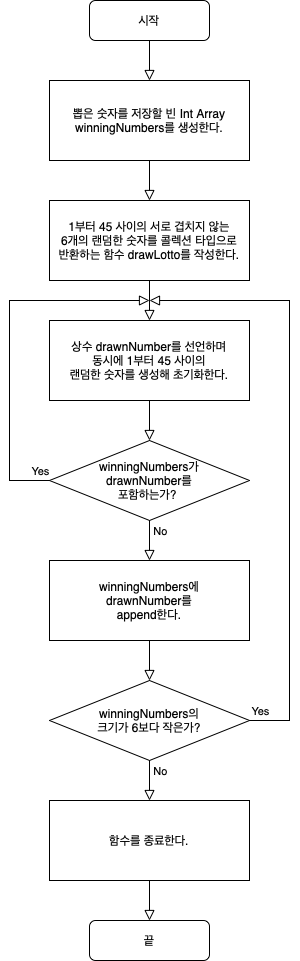
yagom-academy/swift-starter-Round2 keeps this draw.io diagram as flowchart_STEP1.png. Above is the earlier version. Source tidied: cells renumbered, new cells last; positions are measured from the earlier drawing's top-left corner, leaving out a move shared by most shapes.
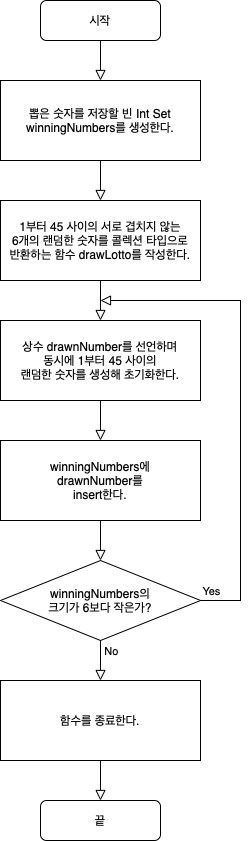
Above is the later version.

Change to the diagram source:
```diff
@@ -36,23 +36,7 @@
         <mxPoint y="10" as="offset" />
       </mxGeometry>
     </mxCell>
-    <mxCell id="8" style="rounded=0;html=1;jettySize=auto;orthogonalLoop=1;fontSize=11;endArrow=block;endFill=0;endSize=8;strokeWidth=1;shadow=0;labelBackgroundColor=none;edgeStyle=orthogonalEdgeStyle;exitX=0.5;exitY=1;exitDx=0;exitDy=0;" parent="1" edge="1">
-      <mxGeometry x="1" y="120" relative="1" as="geometry">
-        <mxPoint x="140" y="520" as="sourcePoint" />
-        <mxPoint x="140" y="560" as="targetPoint" />
-        <Array as="points">
-          <mxPoint x="140" y="540" />
-          <mxPoint x="140" y="540" />
-        </Array>
-        <mxPoint y="10" as="offset" />
-      </mxGeometry>
-    </mxCell>
-    <mxCell id="9" value="No" style="edgeLabel;html=1;align=center;verticalAlign=middle;" parent="8" vertex="1">
-      <mxGeometry x="-0.65" y="1" relative="1" as="geometry">
-        <mxPoint x="9" y="3" as="offset" />
-      </mxGeometry>
-    </mxCell>
-    <mxCell id="10" value="뽑은 숫자를 저장할&amp;nbsp;빈 Int Array&lt;br&gt;winningNumbers를&amp;nbsp;생성한다." style="rounded=0;whiteSpace=wrap;html=1;" parent="1" vertex="1">
+    <mxCell id="10" value="뽑은 숫자를 저장할&amp;nbsp;빈 Int Set&lt;br&gt;winningNumbers를&amp;nbsp;생성한다." style="rounded=0;whiteSpace=wrap;html=1;" parent="1" vertex="1">
       <mxGeometry x="40" y="80" width="200" height="80" as="geometry" />
     </mxCell>
     <mxCell id="11" style="rounded=0;html=1;jettySize=auto;fontSize=11;endArrow=block;endFill=0;endSize=8;strokeWidth=1;shadow=0;labelBackgroundColor=none;edgeStyle=orthogonalEdgeStyle;exitX=0.5;exitY=1;exitDx=0;exitDy=0;" parent="1" edge="1" source="10">
@@ -65,45 +49,26 @@
         <mxPoint y="10" as="offset" />
       </mxGeometry>
     </mxCell>
-    <mxCell id="12" style="rounded=0;html=1;jettySize=auto;orthogonalLoop=1;fontSize=11;endArrow=block;endFill=0;endSize=8;strokeWidth=1;shadow=0;labelBackgroundColor=none;edgeStyle=orthogonalEdgeStyle;exitX=0;exitY=0.5;exitDx=0;exitDy=0;" parent="1" edge="1">
-      <mxGeometry x="1" y="120" relative="1" as="geometry">
-        <mxPoint x="40" y="480" as="sourcePoint" />
-        <mxPoint x="140" y="300" as="targetPoint" />
-        <Array as="points">
-          <mxPoint y="480" />
-          <mxPoint y="300" />
-        </Array>
-        <mxPoint y="10" as="offset" />
-      </mxGeometry>
-    </mxCell>
-    <mxCell id="13" value="Yes" style="edgeLabel;html=1;align=center;verticalAlign=middle;" parent="12" vertex="1">
-      <mxGeometry x="-0.81" y="-4" relative="1" as="geometry">
-        <mxPoint x="24" y="-6" as="offset" />
-      </mxGeometry>
-    </mxCell>
-    <mxCell id="14" value="winningNumbers가&lt;br&gt;drawnNumber를&lt;br&gt;포함하는가?&amp;nbsp;" style="rhombus;whiteSpace=wrap;html=1;" parent="1" vertex="1">
-      <mxGeometry x="40" y="440" width="200" height="80" as="geometry" />
-    </mxCell>
-    <mxCell id="15" value="winningNumbers에&lt;br&gt;drawnNumber를&lt;br&gt;append한다." style="rounded=0;whiteSpace=wrap;html=1;" parent="1" vertex="1">
-      <mxGeometry x="40" y="560" width="200" height="80" as="geometry" />
+    <mxCell id="15" value="winningNumbers에&lt;br&gt;drawnNumber를&lt;br&gt;insert한다." style="rounded=0;whiteSpace=wrap;html=1;" parent="1" vertex="1">
+      <mxGeometry x="40" y="440" width="200" height="80" as="geometry" />
     </mxCell>
     <mxCell id="16" style="rounded=0;html=1;jettySize=auto;fontSize=11;endArrow=block;endFill=0;endSize=8;strokeWidth=1;shadow=0;labelBackgroundColor=none;edgeStyle=orthogonalEdgeStyle;exitX=0.5;exitY=1;exitDx=0;exitDy=0;" parent="1" edge="1" source="15">
       <mxGeometry x="1" y="120" relative="1" as="geometry">
-        <mxPoint x="140" y="680" as="targetPoint" />
+        <mxPoint x="140" y="560" as="targetPoint" />
         <Array as="points">
-          <mxPoint x="140" y="660" />
-          <mxPoint x="140" y="660" />
+          <mxPoint x="140" y="540" />
+          <mxPoint x="140" y="540" />
         </Array>
         <mxPoint y="10" as="offset" />
       </mxGeometry>
     </mxCell>
     <mxCell id="17" style="rounded=0;html=1;jettySize=auto;orthogonalLoop=1;fontSize=11;endArrow=block;endFill=0;endSize=8;strokeWidth=1;shadow=0;labelBackgroundColor=none;edgeStyle=orthogonalEdgeStyle;exitX=0.5;exitY=1;exitDx=0;exitDy=0;" parent="1" edge="1">
       <mxGeometry x="1" y="120" relative="1" as="geometry">
-        <mxPoint x="140" y="760" as="sourcePoint" />
-        <mxPoint x="140" y="800" as="targetPoint" />
+        <mxPoint x="140" y="640" as="sourcePoint" />
+        <mxPoint x="140" y="680" as="targetPoint" />
         <Array as="points">
-          <mxPoint x="140" y="780" />
-          <mxPoint x="140" y="780" />
+          <mxPoint x="140" y="660" />
+          <mxPoint x="140" y="660" />
         </Array>
         <mxPoint y="10" as="offset" />
       </mxGeometry>
@@ -114,13 +79,13 @@
       </mxGeometry>
     </mxCell>
     <mxCell id="19" value="winningNumbers의&lt;br&gt;크기가 6보다 작은가?" style="rhombus;whiteSpace=wrap;html=1;" parent="1" vertex="1">
-      <mxGeometry x="40" y="680" width="200" height="80" as="geometry" />
+      <mxGeometry x="40" y="560" width="200" height="80" as="geometry" />
     </mxCell>
     <mxCell id="20" style="rounded=0;html=1;jettySize=auto;fontSize=11;endArrow=block;endFill=0;endSize=8;strokeWidth=1;shadow=0;labelBackgroundColor=none;edgeStyle=orthogonalEdgeStyle;exitX=1;exitY=0.5;exitDx=0;exitDy=0;" parent="1" edge="1" source="19">
       <mxGeometry x="1" y="120" relative="1" as="geometry">
         <mxPoint x="140" y="300" as="targetPoint" />
         <Array as="points">
-          <mxPoint x="280" y="720" />
+          <mxPoint x="280" y="600" />
           <mxPoint x="280" y="300" />
         </Array>
         <mxPoint y="10" as="offset" />
@@ -128,24 +93,24 @@
     </mxCell>
     <mxCell id="21" value="Yes" style="edgeLabel;html=1;align=center;verticalAlign=middle;" parent="20" vertex="1">
       <mxGeometry x="-0.81" y="-4" relative="1" as="geometry">
-        <mxPoint x="-34" y="7" as="offset" />
+        <mxPoint x="-34" y="-4" as="offset" />
       </mxGeometry>
     </mxCell>
     <mxCell id="22" value="함수를 종료한다." style="rounded=0;whiteSpace=wrap;html=1;" parent="1" vertex="1">
-      <mxGeometry x="40" y="800" width="200" height="80" as="geometry" />
+      <mxGeometry x="40" y="680" width="200" height="80" as="geometry" />
     </mxCell>
     <mxCell id="23" style="rounded=0;html=1;jettySize=auto;fontSize=11;endArrow=block;endFill=0;endSize=8;strokeWidth=1;shadow=0;labelBackgroundColor=none;edgeStyle=orthogonalEdgeStyle;exitX=0.5;exitY=1;exitDx=0;exitDy=0;" parent="1" edge="1" source="22">
       <mxGeometry x="1" y="120" relative="1" as="geometry">
-        <mxPoint x="140" y="920" as="targetPoint" />
+        <mxPoint x="140" y="800" as="targetPoint" />
         <Array as="points">
-          <mxPoint x="140" y="900" />
-          <mxPoint x="140" y="900" />
+          <mxPoint x="140" y="780" />
+          <mxPoint x="140" y="780" />
         </Array>
         <mxPoint y="10" as="offset" />
       </mxGeometry>
     </mxCell>
     <mxCell id="24" value="끝" style="rounded=1;whiteSpace=wrap;html=1;fontSize=12;glass=0;strokeWidth=1;shadow=0;" parent="1" vertex="1">
-      <mxGeometry x="80" y="920" width="120" height="40" as="geometry" />
+      <mxGeometry x="80" y="800" width="120" height="40" as="geometry" />
     </mxCell>
   </root>
 </mxGraphModel>
```
